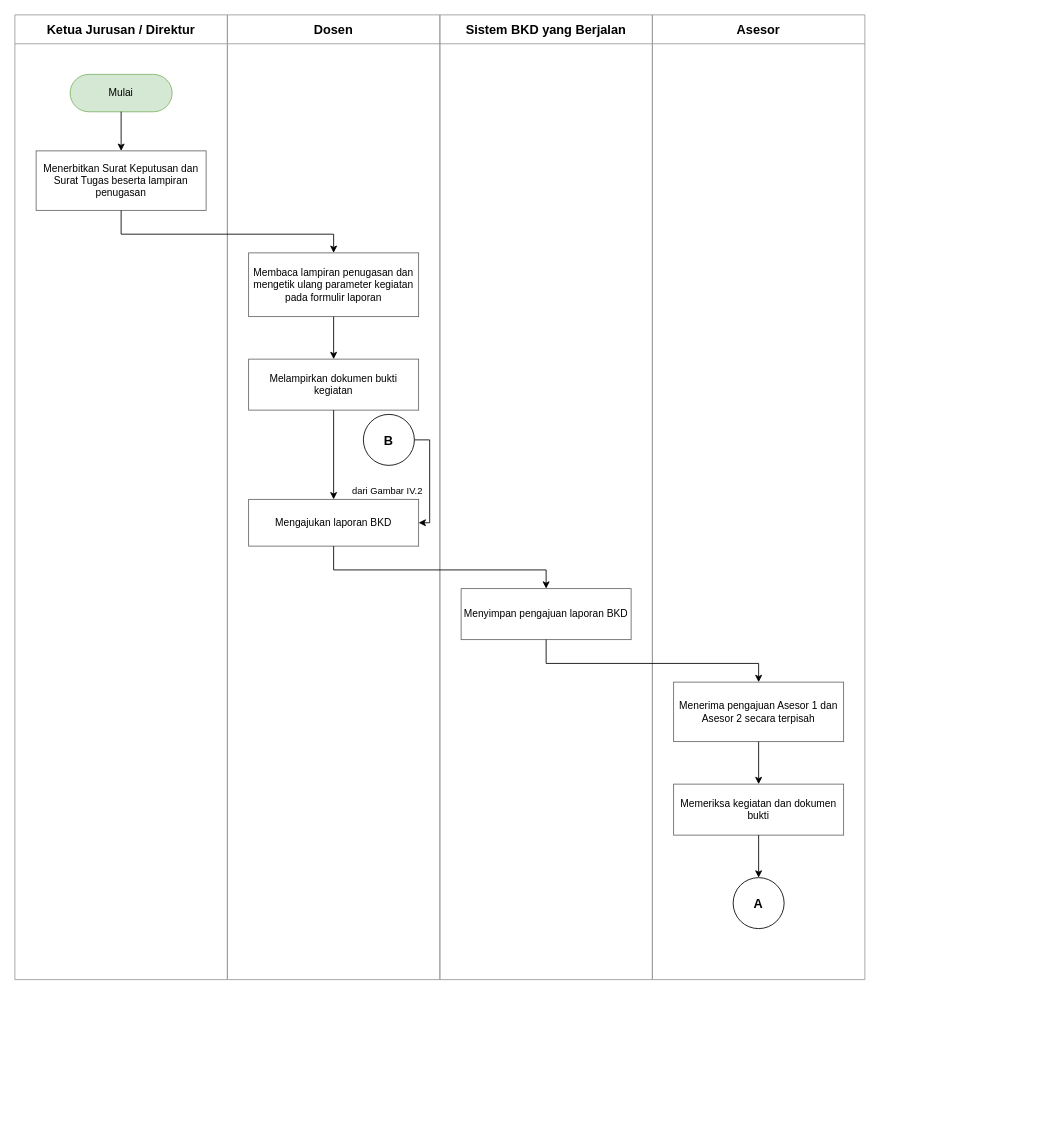
SandChik/TugasAkhir keeps this draw.io diagram as docs/diagram/IV-01-alur-sistem-berjalan-bagian-1.drawio. Above is the earlier version. Source tidied: cells renumbered, new cells numbered last; positions are measured from the earlier drawing's top-left corner, leaving out a move shared by most shapes. Both pictures are drawn from the tidied source at 85%, with x=0, y=0 at pixel (14, 14).
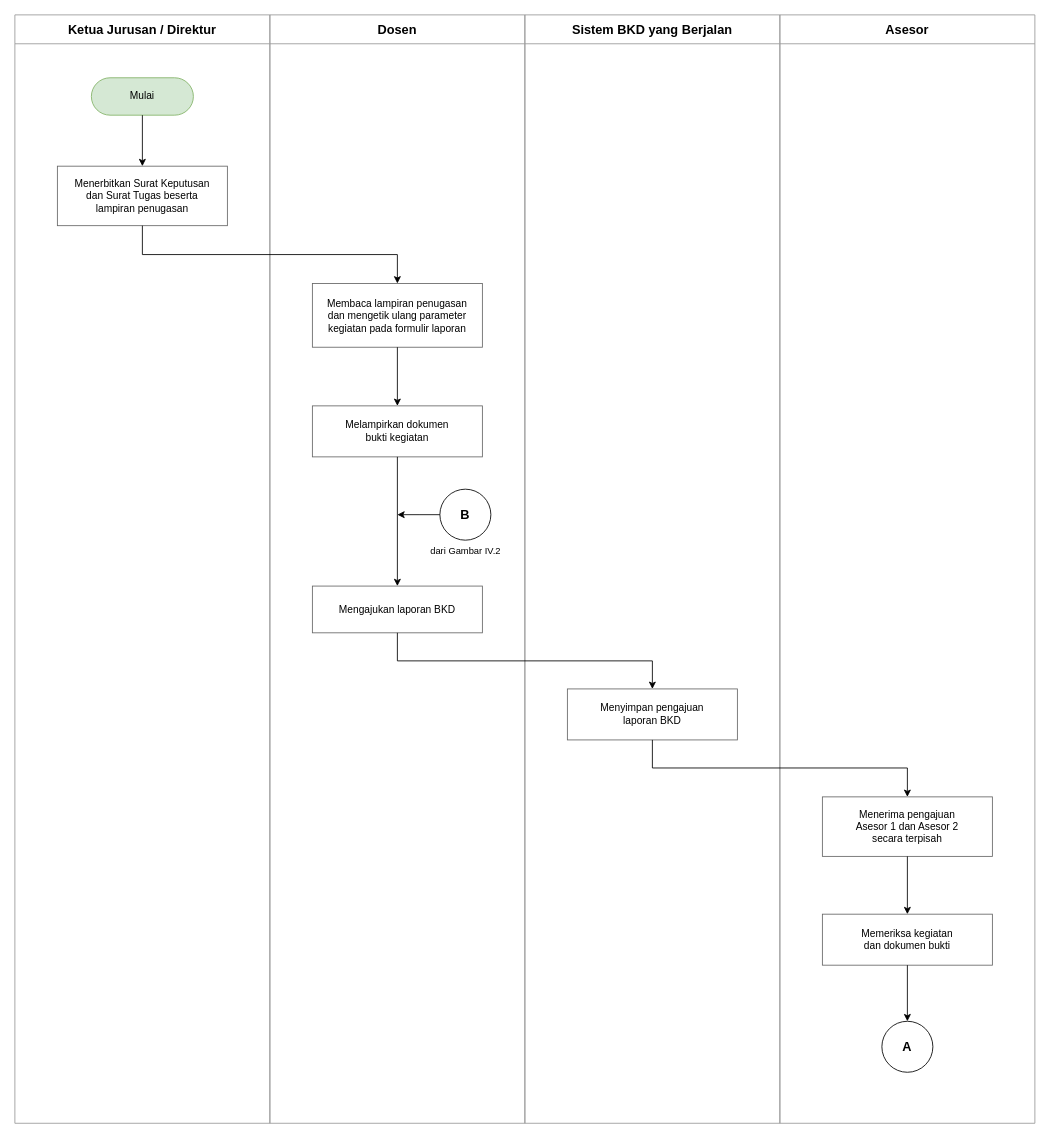
The same diagram, later.

Diff of the diagram source:
```diff
@@
     <mxCell id="2" value="Ketua Jurusan / Direktur" style="swimlane;startSize=34;horizontal=1;fontStyle=1;verticalAlign=middle;whiteSpace=wrap;html=1;fontSize=15;align=center;strokeColor=#999999;fillColor=none;fontStyle=1;" parent="1" vertex="1">
-      <mxGeometry width="250" height="1135" as="geometry" />
+      <mxGeometry width="300" height="1304" as="geometry" />
     </mxCell>
     <mxCell id="3" value="Dosen" style="swimlane;startSize=34;horizontal=1;fontStyle=1;verticalAlign=middle;whiteSpace=wrap;html=1;fontSize=15;align=center;strokeColor=#999999;fillColor=none;fontStyle=1;" parent="1" vertex="1">
-      <mxGeometry x="250" width="250" height="1135" as="geometry" />
+      <mxGeometry x="300" width="300" height="1304" as="geometry" />
     </mxCell>
     <mxCell id="4" value="Sistem BKD yang Berjalan" style="swimlane;startSize=34;horizontal=1;fontStyle=1;verticalAlign=middle;whiteSpace=wrap;html=1;fontSize=15;align=center;strokeColor=#999999;fillColor=none;fontStyle=1;" parent="1" vertex="1">
-      <mxGeometry x="500" width="250" height="1135" as="geometry" />
+      <mxGeometry x="600" width="300" height="1304" as="geometry" />
     </mxCell>
     <mxCell id="5" value="Asesor" style="swimlane;startSize=34;horizontal=1;fontStyle=1;verticalAlign=middle;whiteSpace=wrap;html=1;fontSize=15;align=center;strokeColor=#999999;fillColor=none;fontStyle=1;" parent="1" vertex="1">
-      <mxGeometry x="750" width="250" height="1135" as="geometry" />
+      <mxGeometry x="900" width="300" height="1304" as="geometry" />
     </mxCell>
     <mxCell id="6" value="Mulai" style="rounded=1;arcSize=50;whiteSpace=wrap;html=1;fontSize=12;align=center;strokeColor=#82b366;fillColor=#d5e8d4;" parent="2" vertex="1">
-      <mxGeometry x="65" y="70" width="120" height="44" as="geometry" />
+      <mxGeometry x="90" y="74" width="120" height="44" as="geometry" />
     </mxCell>
-    <mxCell id="7" value="Menerbitkan Surat Keputusan dan Surat Tugas beserta lampiran penugasan" style="rounded=0;whiteSpace=wrap;html=1;fontSize=12;align=center;strokeColor=#666666;fillColor=#ffffff;" parent="2" vertex="1">
-      <mxGeometry x="25" y="160" width="200" height="70" as="geometry" />
+    <mxCell id="7" value="Menerbitkan Surat Keputusan&lt;br&gt;dan Surat Tugas beserta&lt;br&gt;lampiran penugasan" style="rounded=0;whiteSpace=wrap;html=1;fontSize=12;align=center;strokeColor=#666666;fillColor=#ffffff;" parent="2" vertex="1">
+      <mxGeometry x="50" y="178" width="200" height="70" as="geometry" />
     </mxCell>
-    <mxCell id="8" value="Membaca lampiran penugasan dan mengetik ulang parameter kegiatan pada formulir laporan" style="rounded=0;whiteSpace=wrap;html=1;fontSize=12;align=center;strokeColor=#666666;fillColor=#ffffff;" parent="3" vertex="1">
-      <mxGeometry x="25" y="280" width="200" height="75" as="geometry" />
+    <mxCell id="8" value="Membaca lampiran penugasan&lt;br&gt;dan mengetik ulang parameter&lt;br&gt;kegiatan pada formulir laporan" style="rounded=0;whiteSpace=wrap;html=1;fontSize=12;align=center;strokeColor=#666666;fillColor=#ffffff;" parent="3" vertex="1">
+      <mxGeometry x="50" y="316" width="200" height="75" as="geometry" />
     </mxCell>
-    <mxCell id="9" value="Melampirkan dokumen bukti kegiatan" style="rounded=0;whiteSpace=wrap;html=1;fontSize=12;align=center;strokeColor=#666666;fillColor=#ffffff;" parent="3" vertex="1">
-      <mxGeometry x="25" y="405" width="200" height="60" as="geometry" />
+    <mxCell id="9" value="Melampirkan dokumen&lt;br&gt;bukti kegiatan" style="rounded=0;whiteSpace=wrap;html=1;fontSize=12;align=center;strokeColor=#666666;fillColor=#ffffff;" parent="3" vertex="1">
+      <mxGeometry x="50" y="460" width="200" height="60" as="geometry" />
     </mxCell>
     <mxCell id="10" value="B" style="ellipse;whiteSpace=wrap;html=1;fontSize=15;align=center;strokeColor=#000000;fillColor=#ffffff;fontStyle=1;" parent="3" vertex="1">
-      <mxGeometry x="160" y="470" width="60" height="60" as="geometry" />
+      <mxGeometry x="200" y="558" width="60" height="60" as="geometry" />
     </mxCell>
     <mxCell id="11" value="Mengajukan laporan BKD" style="rounded=0;whiteSpace=wrap;html=1;fontSize=12;align=center;strokeColor=#666666;fillColor=#ffffff;" parent="3" vertex="1">
-      <mxGeometry x="25" y="570" width="200" height="55" as="geometry" />
+      <mxGeometry x="50" y="672" width="200" height="55" as="geometry" />
     </mxCell>
-    <mxCell id="12" value="Menyimpan pengajuan laporan BKD" style="rounded=0;whiteSpace=wrap;html=1;fontSize=12;align=center;strokeColor=#666666;fillColor=#ffffff;" parent="4" vertex="1">
-      <mxGeometry x="25" y="675" width="200" height="60" as="geometry" />
+    <mxCell id="12" value="Menyimpan pengajuan&lt;br&gt;laporan BKD" style="rounded=0;whiteSpace=wrap;html=1;fontSize=12;align=center;strokeColor=#666666;fillColor=#ffffff;" parent="4" vertex="1">
+      <mxGeometry x="50" y="793" width="200" height="60" as="geometry" />
     </mxCell>
-    <mxCell id="13" value="Menerima pengajuan Asesor 1 dan Asesor 2 secara terpisah" style="rounded=0;whiteSpace=wrap;html=1;fontSize=12;align=center;strokeColor=#666666;fillColor=#ffffff;" parent="5" vertex="1">
-      <mxGeometry x="25" y="785" width="200" height="70" as="geometry" />
+    <mxCell id="13" value="Menerima pengajuan&lt;br&gt;Asesor 1 dan Asesor 2&lt;br&gt;secara terpisah" style="rounded=0;whiteSpace=wrap;html=1;fontSize=12;align=center;strokeColor=#666666;fillColor=#ffffff;" parent="5" vertex="1">
+      <mxGeometry x="50" y="920" width="200" height="70" as="geometry" />
     </mxCell>
-    <mxCell id="14" value="Memeriksa kegiatan dan dokumen bukti" style="rounded=0;whiteSpace=wrap;html=1;fontSize=12;align=center;strokeColor=#666666;fillColor=#ffffff;" parent="5" vertex="1">
-      <mxGeometry x="25" y="905" width="200" height="60" as="geometry" />
+    <mxCell id="14" value="Memeriksa kegiatan&lt;br&gt;dan dokumen bukti" style="rounded=0;whiteSpace=wrap;html=1;fontSize=12;align=center;strokeColor=#666666;fillColor=#ffffff;" parent="5" vertex="1">
+      <mxGeometry x="50" y="1058" width="200" height="60" as="geometry" />
     </mxCell>
     <mxCell id="15" value="A" style="ellipse;whiteSpace=wrap;html=1;fontSize=15;align=center;strokeColor=#000000;fillColor=#ffffff;fontStyle=1;" parent="5" vertex="1">
-      <mxGeometry x="95" y="1015" width="60" height="60" as="geometry" />
+      <mxGeometry x="120" y="1184" width="60" height="60" as="geometry" />
     </mxCell>
@@
     <mxCell id="17" style="edgeStyle=orthogonalEdgeStyle;rounded=0;html=1;strokeColor=#000000;endArrow=classic;startArrow=none;exitX=0.500;exitY=1.000;exitDx=0;exitDy=0;entryX=0.500;entryY=0.000;entryDx=0;entryDy=0;" parent="1" edge="1" source="7" target="8">
       <mxGeometry relative="1" as="geometry">
         <Array as="points">
-          <mxPoint x="125" y="258" />
-          <mxPoint x="375" y="258" />
+          <mxPoint x="150" y="282" />
+          <mxPoint x="450" y="282" />
         </Array>
       </mxGeometry>
     </mxCell>
@@
-    <mxCell id="20" style="edgeStyle=orthogonalEdgeStyle;rounded=0;html=1;strokeColor=#000000;endArrow=classic;startArrow=none;exitX=1.000;exitY=0.500;exitDx=0;exitDy=0;exitPerimeter=0;entryX=1.000;entryY=0.500;entryDx=0;entryDy=0;" parent="1" edge="1" source="10" target="11">
+    <mxCell id="20" style="edgeStyle=orthogonalEdgeStyle;rounded=0;html=1;strokeColor=#000000;endArrow=classic;startArrow=none;exitX=0.000;exitY=0.500;exitDx=0;exitDy=0;exitPerimeter=0;" parent="1" edge="1" source="10">
       <mxGeometry relative="1" as="geometry">
-        <Array as="points">
-          <mxPoint x="488" y="500" />
-          <mxPoint x="488" y="598" />
-        </Array>
+        <mxPoint x="450" y="588" as="targetPoint" />
       </mxGeometry>
     </mxCell>
     <mxCell id="21" style="edgeStyle=orthogonalEdgeStyle;rounded=0;html=1;strokeColor=#000000;endArrow=classic;startArrow=none;exitX=0.500;exitY=1.000;exitDx=0;exitDy=0;entryX=0.500;entryY=0.000;entryDx=0;entryDy=0;" parent="1" edge="1" source="11" target="12">
       <mxGeometry relative="1" as="geometry">
         <Array as="points">
-          <mxPoint x="375" y="653" />
-          <mxPoint x="625" y="653" />
+          <mxPoint x="450" y="760" />
+          <mxPoint x="750" y="760" />
         </Array>
       </mxGeometry>
     </mxCell>
     <mxCell id="22" style="edgeStyle=orthogonalEdgeStyle;rounded=0;html=1;strokeColor=#000000;endArrow=classic;startArrow=none;exitX=0.500;exitY=1.000;exitDx=0;exitDy=0;entryX=0.500;entryY=0.000;entryDx=0;entryDy=0;" parent="1" edge="1" source="12" target="13">
       <mxGeometry relative="1" as="geometry">
         <Array as="points">
-          <mxPoint x="625" y="763" />
-          <mxPoint x="875" y="763" />
+          <mxPoint x="750" y="886" />
+          <mxPoint x="1050" y="886" />
         </Array>
       </mxGeometry>
     </mxCell>
@@
     <mxCell id="25" value="dari Gambar IV.2" style="text;html=1;whiteSpace=wrap;fontSize=11;align=center;verticalAlign=middle;strokeColor=none;fillColor=#ffffff;" parent="1" vertex="1">
-      <mxGeometry x="394" y="552" width="89" height="15" as="geometry" />
+      <mxGeometry x="486" y="623" width="89" height="15" as="geometry" />
     </mxCell>
```
